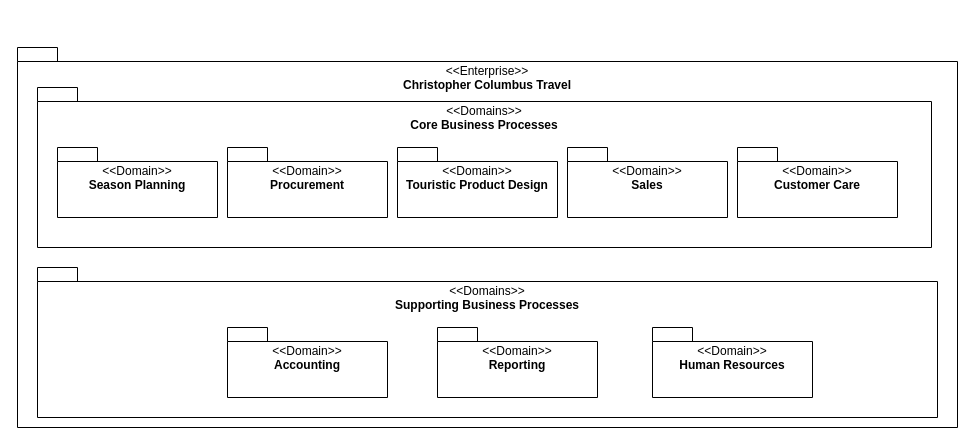
The draw.io diagram docs/requirements/domains/domains.drawio in hochschule-darmstadt/a3se_app, before the edit. Source tidied: cells renumbered, new cells numbered last; positions are measured from the earlier drawing's top-left corner, leaving out a move shared by most shapes. Both pictures are drawn from the tidied source at 100%, with x=0, y=0 at pixel (17, 47).
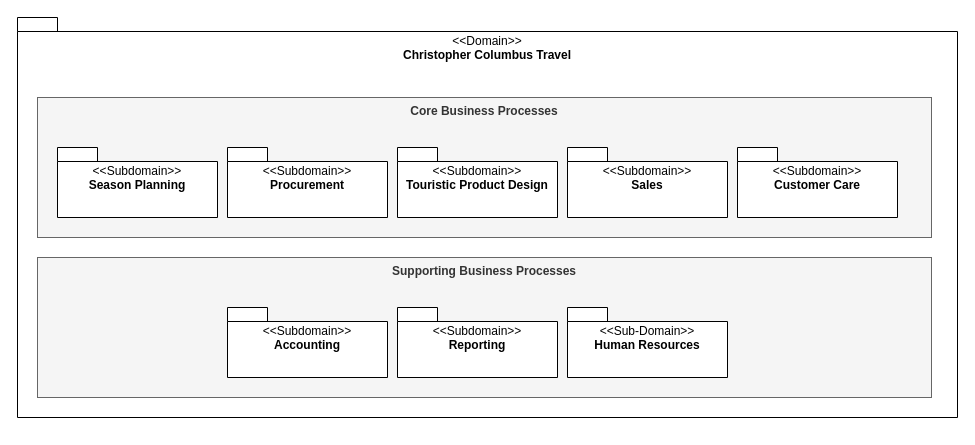
After the change.

Change to the diagram source:
```diff
@@
 <mxGraphModel>
   <root>
     <mxCell id="0" />
     <mxCell id="1" parent="0" />
-    <mxCell id="2" value="&lt;span style=&quot;font-weight: normal;&quot;&gt;&amp;lt;&amp;lt;Enterprise&amp;gt;&amp;gt;&lt;/span&gt;&lt;div&gt;Chri&lt;span style=&quot;background-color: transparent; color: light-dark(rgb(0, 0, 0), rgb(255, 255, 255));&quot;&gt;stopher Columbus Travel&lt;/span&gt;&lt;/div&gt;" style="shape=folder;fontStyle=1;spacingTop=10;tabWidth=40;tabHeight=14;tabPosition=left;html=1;whiteSpace=wrap;align=center;verticalAlign=top;" parent="1" vertex="1">
-      <mxGeometry width="940" height="380" as="geometry" />
+    <mxCell id="2" value="&lt;span style=&quot;font-weight: normal;&quot;&gt;&amp;lt;&amp;lt;Domain&amp;gt;&amp;gt;&lt;/span&gt;&lt;div&gt;Chri&lt;span style=&quot;background-color: transparent; color: light-dark(rgb(0, 0, 0), rgb(255, 255, 255));&quot;&gt;stopher Columbus Travel&lt;/span&gt;&lt;/div&gt;" style="shape=folder;fontStyle=1;spacingTop=10;tabWidth=40;tabHeight=14;tabPosition=left;html=1;whiteSpace=wrap;align=center;verticalAlign=top;" parent="1" vertex="1">
+      <mxGeometry y="-30" width="940" height="400" as="geometry" />
     </mxCell>
-    <mxCell id="3" value="&lt;span style=&quot;font-weight: normal;&quot;&gt;&amp;lt;&amp;lt;Domains&amp;gt;&amp;gt;&lt;/span&gt;&lt;div&gt;Core Business Processes&lt;/div&gt;" style="shape=folder;fontStyle=1;spacingTop=10;tabWidth=40;tabHeight=14;tabPosition=left;html=1;whiteSpace=wrap;align=center;verticalAlign=top;" parent="1" vertex="1">
-      <mxGeometry x="20" y="40" width="894" height="160" as="geometry" />
-    </mxCell>
-    <mxCell id="4" value="&lt;span style=&quot;font-weight: normal;&quot;&gt;&amp;lt;&amp;lt;&lt;/span&gt;&lt;span style=&quot;font-weight: 400;&quot;&gt;Domains&lt;/span&gt;&lt;span style=&quot;font-weight: normal;&quot;&gt;&amp;gt;&amp;gt;&lt;/span&gt;&lt;div&gt;Supporting Business Processes&lt;/div&gt;" style="shape=folder;fontStyle=1;spacingTop=10;tabWidth=40;tabHeight=14;tabPosition=left;html=1;whiteSpace=wrap;align=center;verticalAlign=top;" parent="1" vertex="1">
-      <mxGeometry x="20" y="220" width="900" height="150" as="geometry" />
-    </mxCell>
+    <mxCell id="13" value="Supporting Business Processes" style="rounded=0;whiteSpace=wrap;html=1;fontStyle=1;verticalAlign=top;fillColor=#f5f5f5;strokeColor=#666666;fontColor=#333333;" parent="1" vertex="1">
+      <mxGeometry x="20" y="210" width="894" height="140" as="geometry" />
+    </mxCell>
+    <mxCell id="14" value="Core Business Processes" style="rounded=0;whiteSpace=wrap;html=1;fontStyle=1;verticalAlign=top;fillColor=#f5f5f5;strokeColor=#666666;fontColor=#333333;" parent="1" vertex="1">
+      <mxGeometry x="20" y="50" width="894" height="140" as="geometry" />
+    </mxCell>
-    <mxCell id="5" value="&lt;span style=&quot;font-weight: normal;&quot;&gt;&amp;lt;&amp;lt;D&lt;/span&gt;&lt;span style=&quot;font-weight: 400;&quot;&gt;omain&lt;/span&gt;&lt;span style=&quot;font-weight: normal;&quot;&gt;&amp;gt;&amp;gt;&lt;/span&gt;&lt;div&gt;Season&amp;nbsp;&lt;span style=&quot;background-color: transparent; color: light-dark(rgb(0, 0, 0), rgb(255, 255, 255));&quot;&gt;Planning&lt;/span&gt;&lt;/div&gt;" style="shape=folder;fontStyle=1;spacingTop=10;tabWidth=40;tabHeight=14;tabPosition=left;html=1;whiteSpace=wrap;align=center;verticalAlign=top;" parent="1" vertex="1">
+    <mxCell id="5" value="&lt;span style=&quot;font-weight: normal;&quot;&gt;&amp;lt;&amp;lt;Subd&lt;/span&gt;&lt;span style=&quot;font-weight: 400;&quot;&gt;omain&lt;/span&gt;&lt;span style=&quot;font-weight: normal;&quot;&gt;&amp;gt;&amp;gt;&lt;/span&gt;&lt;div&gt;Season&amp;nbsp;&lt;span style=&quot;background-color: transparent; color: light-dark(rgb(0, 0, 0), rgb(255, 255, 255));&quot;&gt;Planning&lt;/span&gt;&lt;/div&gt;" style="shape=folder;fontStyle=1;spacingTop=10;tabWidth=40;tabHeight=14;tabPosition=left;html=1;whiteSpace=wrap;align=center;verticalAlign=top;" parent="1" vertex="1">
       <mxGeometry x="40" y="100" width="160" height="70" as="geometry" />
     </mxCell>
-    <mxCell id="6" value="&lt;span style=&quot;font-weight: normal;&quot;&gt;&amp;lt;&amp;lt;&lt;/span&gt;&lt;span style=&quot;font-weight: normal;&quot;&gt;D&lt;/span&gt;&lt;span style=&quot;font-weight: 400;&quot;&gt;omain&lt;/span&gt;&lt;span style=&quot;font-weight: normal;&quot;&gt;&amp;gt;&amp;gt;&lt;/span&gt;&lt;div&gt;Procurement&lt;/div&gt;" style="shape=folder;fontStyle=1;spacingTop=10;tabWidth=40;tabHeight=14;tabPosition=left;html=1;whiteSpace=wrap;align=center;verticalAlign=top;" parent="1" vertex="1">
+    <mxCell id="6" value="&lt;span style=&quot;font-weight: normal;&quot;&gt;&amp;lt;&amp;lt;Subd&lt;/span&gt;&lt;span style=&quot;font-weight: 400;&quot;&gt;omain&lt;/span&gt;&lt;span style=&quot;font-weight: normal;&quot;&gt;&amp;gt;&amp;gt;&lt;/span&gt;&lt;div&gt;Procurement&lt;/div&gt;" style="shape=folder;fontStyle=1;spacingTop=10;tabWidth=40;tabHeight=14;tabPosition=left;html=1;whiteSpace=wrap;align=center;verticalAlign=top;" parent="1" vertex="1">
       <mxGeometry x="210" y="100" width="160" height="70" as="geometry" />
     </mxCell>
-    <mxCell id="7" value="&lt;span style=&quot;font-weight: normal;&quot;&gt;&amp;lt;&amp;lt;&lt;/span&gt;&lt;span style=&quot;font-weight: normal;&quot;&gt;D&lt;/span&gt;&lt;span style=&quot;font-weight: 400;&quot;&gt;omain&lt;/span&gt;&lt;span style=&quot;font-weight: normal;&quot;&gt;&amp;gt;&amp;gt;&lt;/span&gt;&lt;div&gt;Touristic Product Design&lt;/div&gt;" style="shape=folder;fontStyle=1;spacingTop=10;tabWidth=40;tabHeight=14;tabPosition=left;html=1;whiteSpace=wrap;align=center;verticalAlign=top;" parent="1" vertex="1">
+    <mxCell id="7" value="&lt;span style=&quot;font-weight: normal;&quot;&gt;&amp;lt;&amp;lt;Subd&lt;/span&gt;&lt;span style=&quot;font-weight: 400;&quot;&gt;omain&lt;/span&gt;&lt;span style=&quot;font-weight: normal;&quot;&gt;&amp;gt;&amp;gt;&lt;/span&gt;&lt;div&gt;Touristic Product Design&lt;/div&gt;" style="shape=folder;fontStyle=1;spacingTop=10;tabWidth=40;tabHeight=14;tabPosition=left;html=1;whiteSpace=wrap;align=center;verticalAlign=top;" parent="1" vertex="1">
       <mxGeometry x="380" y="100" width="160" height="70" as="geometry" />
     </mxCell>
-    <mxCell id="8" value="&lt;span style=&quot;font-weight: normal;&quot;&gt;&amp;lt;&amp;lt;&lt;/span&gt;&lt;span style=&quot;font-weight: normal;&quot;&gt;D&lt;/span&gt;&lt;span style=&quot;font-weight: 400;&quot;&gt;omain&lt;/span&gt;&lt;span style=&quot;font-weight: normal;&quot;&gt;&amp;gt;&amp;gt;&lt;/span&gt;&lt;div&gt;Sales&lt;/div&gt;" style="shape=folder;fontStyle=1;spacingTop=10;tabWidth=40;tabHeight=14;tabPosition=left;html=1;whiteSpace=wrap;align=center;verticalAlign=top;" parent="1" vertex="1">
+    <mxCell id="8" value="&lt;span style=&quot;font-weight: normal;&quot;&gt;&amp;lt;&amp;lt;Subd&lt;/span&gt;&lt;span style=&quot;font-weight: 400;&quot;&gt;omain&lt;/span&gt;&lt;span style=&quot;font-weight: normal;&quot;&gt;&amp;gt;&amp;gt;&lt;/span&gt;&lt;div&gt;Sales&lt;/div&gt;" style="shape=folder;fontStyle=1;spacingTop=10;tabWidth=40;tabHeight=14;tabPosition=left;html=1;whiteSpace=wrap;align=center;verticalAlign=top;" parent="1" vertex="1">
       <mxGeometry x="550" y="100" width="160" height="70" as="geometry" />
     </mxCell>
-    <mxCell id="9" value="&lt;span style=&quot;font-weight: normal;&quot;&gt;&amp;lt;&amp;lt;&lt;/span&gt;&lt;span style=&quot;font-weight: normal;&quot;&gt;D&lt;/span&gt;&lt;span style=&quot;font-weight: 400;&quot;&gt;omain&lt;/span&gt;&lt;span style=&quot;font-weight: normal;&quot;&gt;&amp;gt;&amp;gt;&lt;/span&gt;&lt;div&gt;Customer Care&lt;/div&gt;" style="shape=folder;fontStyle=1;spacingTop=10;tabWidth=40;tabHeight=14;tabPosition=left;html=1;whiteSpace=wrap;align=center;verticalAlign=top;" parent="1" vertex="1">
+    <mxCell id="9" value="&lt;span style=&quot;font-weight: normal;&quot;&gt;&amp;lt;&amp;lt;Subd&lt;/span&gt;&lt;span style=&quot;font-weight: 400;&quot;&gt;omain&lt;/span&gt;&lt;span style=&quot;font-weight: normal;&quot;&gt;&amp;gt;&amp;gt;&lt;/span&gt;&lt;div&gt;Customer Care&lt;/div&gt;" style="shape=folder;fontStyle=1;spacingTop=10;tabWidth=40;tabHeight=14;tabPosition=left;html=1;whiteSpace=wrap;align=center;verticalAlign=top;" parent="1" vertex="1">
       <mxGeometry x="720" y="100" width="160" height="70" as="geometry" />
     </mxCell>
-    <mxCell id="10" value="&lt;span style=&quot;font-weight: normal;&quot;&gt;&amp;lt;&amp;lt;&lt;/span&gt;&lt;span style=&quot;font-weight: normal;&quot;&gt;D&lt;/span&gt;&lt;span style=&quot;font-weight: 400;&quot;&gt;omain&lt;/span&gt;&lt;span style=&quot;font-weight: normal;&quot;&gt;&amp;gt;&amp;gt;&lt;/span&gt;&lt;div&gt;Accounting&lt;/div&gt;" style="shape=folder;fontStyle=1;spacingTop=10;tabWidth=40;tabHeight=14;tabPosition=left;html=1;whiteSpace=wrap;align=center;verticalAlign=top;" parent="1" vertex="1">
-      <mxGeometry x="210" y="280" width="160" height="70" as="geometry" />
+    <mxCell id="10" value="&lt;span style=&quot;font-weight: normal;&quot;&gt;&amp;lt;&amp;lt;Subd&lt;/span&gt;&lt;span style=&quot;font-weight: 400;&quot;&gt;omain&lt;/span&gt;&lt;span style=&quot;font-weight: normal;&quot;&gt;&amp;gt;&amp;gt;&lt;/span&gt;&lt;div&gt;Accounting&lt;/div&gt;" style="shape=folder;fontStyle=1;spacingTop=10;tabWidth=40;tabHeight=14;tabPosition=left;html=1;whiteSpace=wrap;align=center;verticalAlign=top;" parent="1" vertex="1">
+      <mxGeometry x="210" y="260" width="160" height="70" as="geometry" />
     </mxCell>
-    <mxCell id="11" value="&lt;span style=&quot;font-weight: normal;&quot;&gt;&amp;lt;&amp;lt;&lt;/span&gt;&lt;span style=&quot;font-weight: normal;&quot;&gt;D&lt;/span&gt;&lt;span style=&quot;font-weight: 400;&quot;&gt;omain&lt;/span&gt;&lt;span style=&quot;font-weight: normal;&quot;&gt;&amp;gt;&amp;gt;&lt;/span&gt;&lt;div&gt;Reporting&lt;/div&gt;" style="shape=folder;fontStyle=1;spacingTop=10;tabWidth=40;tabHeight=14;tabPosition=left;html=1;whiteSpace=wrap;align=center;verticalAlign=top;" parent="1" vertex="1">
-      <mxGeometry x="420" y="280" width="160" height="70" as="geometry" />
+    <mxCell id="11" value="&lt;span style=&quot;font-weight: normal;&quot;&gt;&amp;lt;&amp;lt;Subd&lt;/span&gt;&lt;span style=&quot;font-weight: 400;&quot;&gt;omain&lt;/span&gt;&lt;span style=&quot;font-weight: normal;&quot;&gt;&amp;gt;&amp;gt;&lt;/span&gt;&lt;div&gt;Reporting&lt;/div&gt;" style="shape=folder;fontStyle=1;spacingTop=10;tabWidth=40;tabHeight=14;tabPosition=left;html=1;whiteSpace=wrap;align=center;verticalAlign=top;" parent="1" vertex="1">
+      <mxGeometry x="380" y="260" width="160" height="70" as="geometry" />
     </mxCell>
-    <mxCell id="12" value="&lt;span style=&quot;font-weight: normal;&quot;&gt;&amp;lt;&amp;lt;Domain&amp;gt;&amp;gt;&lt;/span&gt;&lt;div&gt;Human Resources&lt;/div&gt;" style="shape=folder;fontStyle=1;spacingTop=10;tabWidth=40;tabHeight=14;tabPosition=left;html=1;whiteSpace=wrap;align=center;verticalAlign=top;" parent="1" vertex="1">
-      <mxGeometry x="635" y="280" width="160" height="70" as="geometry" />
+    <mxCell id="12" value="&lt;span style=&quot;font-weight: normal;&quot;&gt;&amp;lt;&amp;lt;Sub-Domain&amp;gt;&amp;gt;&lt;/span&gt;&lt;div&gt;Human Resources&lt;/div&gt;" style="shape=folder;fontStyle=1;spacingTop=10;tabWidth=40;tabHeight=14;tabPosition=left;html=1;whiteSpace=wrap;align=center;verticalAlign=top;" parent="1" vertex="1">
+      <mxGeometry x="550" y="260" width="160" height="70" as="geometry" />
     </mxCell>
   </root>
 </mxGraphModel>
```
